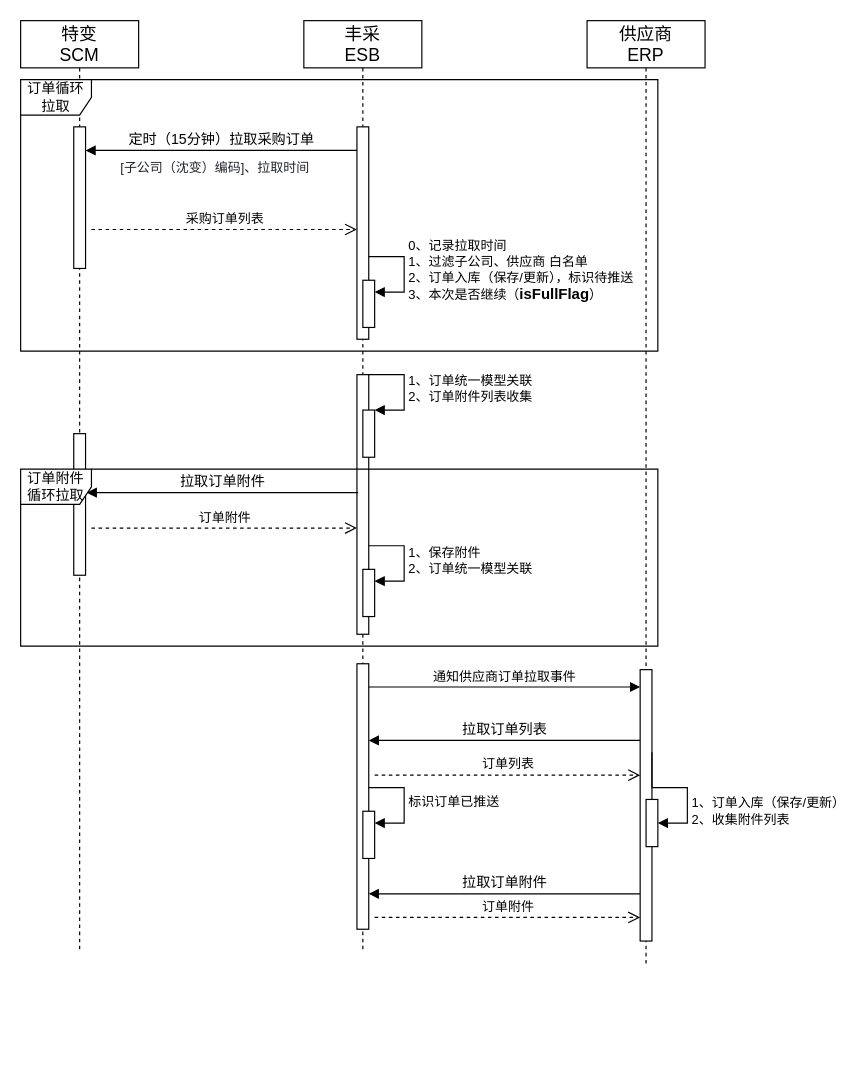
Above: page "采购订单推送" (6 of 7) of 业务系统/fc/特变方案图.drawio in Utihbi/pics (draw.io), before the change. Source tidied: cells renumbered, new cells numbered last; positions are measured from the earlier drawing's top-left corner, leaving out a move shared by most shapes. Both pictures are drawn from the tidied source at 118%, with x=0, y=0 at pixel (20, 20).
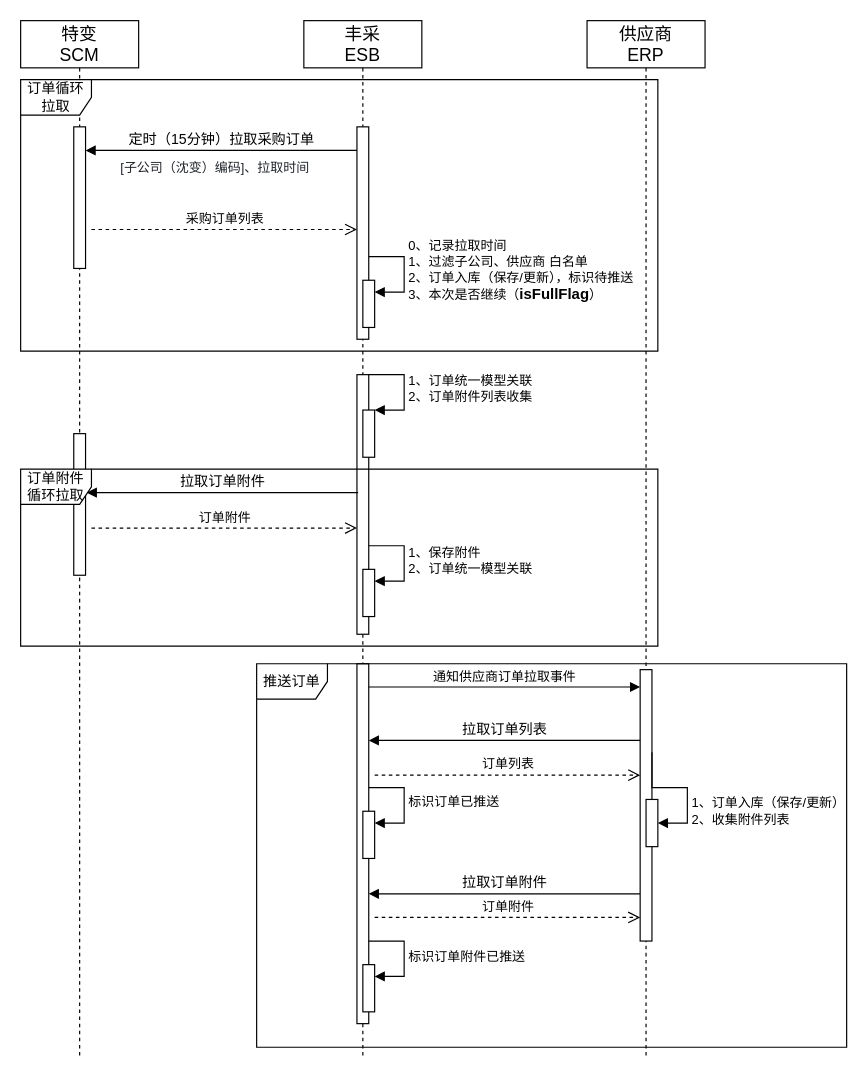
The same diagram, later.

Commit message:
确认采购单-初始化

Change to the diagram source:
```diff
@@
     <mxCell id="2" value="&lt;span style=&quot;font-size: 15px;&quot;&gt;丰采&lt;/span&gt;&lt;div style=&quot;font-size: 15px;&quot;&gt;ESB&lt;/div&gt;" style="shape=umlLifeline;perimeter=lifelinePerimeter;whiteSpace=wrap;html=1;newEdgeStyle={&quot;edgeStyle&quot;:&quot;elbowEdgeStyle&quot;,&quot;elbow&quot;:&quot;vertical&quot;,&quot;curved&quot;:0,&quot;rounded&quot;:0};" parent="1" vertex="1">
-      <mxGeometry x="240" width="100" height="790" as="geometry" />
+      <mxGeometry x="240" width="100" height="880" as="geometry" />
     </mxCell>
@@
     <mxCell id="10" style="html=1;perimeter=orthogonalPerimeter;targetShapes=umlLifeline;newEdgeStyle={&quot;curved&quot;:0,&quot;rounded&quot;:0};" parent="2" vertex="1">
-      <mxGeometry x="45" y="545" width="10" height="225" as="geometry" />
+      <mxGeometry x="45" y="545" width="10" height="305" as="geometry" />
     </mxCell>
@@
+    <mxCell id="33" style="html=1;points=[[0,0,0,0,5],[0,1,0,0,-5],[1,0,0,0,5],[1,1,0,0,-5]];perimeter=orthogonalPerimeter;outlineConnect=0;targetShapes=umlLifeline;portConstraint=eastwest;newEdgeStyle={&quot;curved&quot;:0,&quot;rounded&quot;:0};" parent="2" vertex="1">
+      <mxGeometry x="50" y="800" width="10" height="40" as="geometry" />
+    </mxCell>
+    <mxCell id="34" value="标识订单附件已推送" style="html=1;align=left;spacingLeft=2;endArrow=block;rounded=0;edgeStyle=orthogonalEdgeStyle;curved=0;rounded=0;" parent="2" edge="1" target="33">
+      <mxGeometry relative="1" as="geometry">
+        <mxPoint x="55" y="780" as="sourcePoint" />
+        <Array as="points">
+          <mxPoint x="85" y="810" />
+        </Array>
+      </mxGeometry>
+    </mxCell>
     <mxCell id="13" value="&lt;span style=&quot;font-size: 15px;&quot;&gt;特变&lt;/span&gt;&lt;div style=&quot;font-size: 15px;&quot;&gt;SCM&lt;/div&gt;" style="shape=umlLifeline;perimeter=lifelinePerimeter;whiteSpace=wrap;html=1;newEdgeStyle={&quot;edgeStyle&quot;:&quot;elbowEdgeStyle&quot;,&quot;elbow&quot;:&quot;vertical&quot;,&quot;curved&quot;:0,&quot;rounded&quot;:0};" parent="1" vertex="1">
-      <mxGeometry width="100" height="790" as="geometry" />
+      <mxGeometry width="100" height="880" as="geometry" />
     </mxCell>
@@
     <mxCell id="16" value="&lt;span style=&quot;font-size: 15px;&quot;&gt;供应商&lt;/span&gt;&lt;div&gt;&lt;span style=&quot;font-size: 15px;&quot;&gt;ERP&lt;/span&gt;&lt;/div&gt;" style="shape=umlLifeline;perimeter=lifelinePerimeter;whiteSpace=wrap;html=1;newEdgeStyle={&quot;edgeStyle&quot;:&quot;elbowEdgeStyle&quot;,&quot;elbow&quot;:&quot;vertical&quot;,&quot;curved&quot;:0,&quot;rounded&quot;:0};" parent="1" vertex="1">
-      <mxGeometry x="480" width="100" height="800" as="geometry" />
+      <mxGeometry x="480" width="100" height="880" as="geometry" />
     </mxCell>
@@
+    <mxCell id="35" value="推送订单" style="shape=umlFrame;whiteSpace=wrap;html=1;" parent="1" vertex="1">
+      <mxGeometry x="200" y="545" width="500" height="325" as="geometry" />
+    </mxCell>
```
